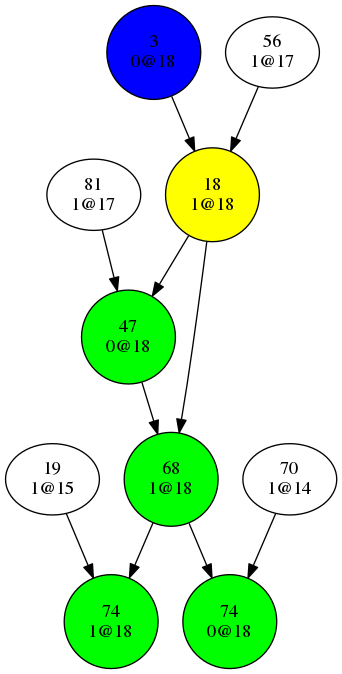
Before: dev/bin/conflictGraph2.png, a diagram exported from Graphviz (Oxmose/SATSolver). Its source is kept beside it as dev/bin/conflictGraph2.dot. The source it was exported from:
```dot
digraph {
"3
0@18"->"18
1@18";
"18
1@18"->"47
0@18";
"18
1@18"->"68
1@18";
"19
1@15"->"74
1@18";
"47
0@18"->"68
1@18";
"56
1@17"->"18
1@18";
"68
1@18"->"74
0@18";
"68
1@18"->"74
1@18";
"70
1@14"->"74
0@18";
"74
0@18";
"74
1@18";
"81
1@17"->"47
0@18";
"3
0@18"[shape=circle, style=filled, fillcolor=blue];
"18
1@18"[shape=circle, style=filled, fillcolor=yellow];
"47
0@18"[shape=circle, style=filled, fillcolor=green];
"68
1@18"[shape=circle, style=filled, fillcolor=green];
"74
0@18"[shape=circle, style=filled, fillcolor=green];
"74
1@18"[shape=circle, style=filled, fillcolor=green];
}
```
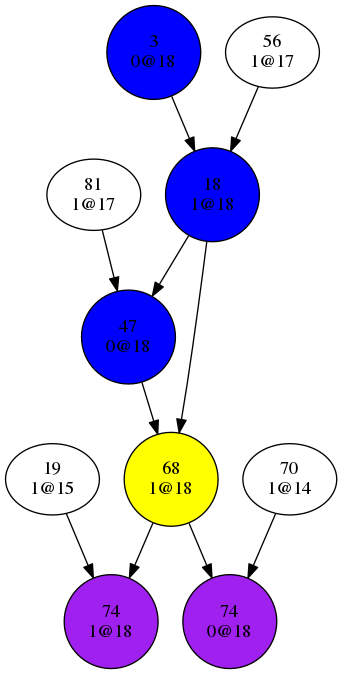
The same diagram one commit later.

The edit, as a diff of the source:
```diff
@@ -36,13 +36,13 @@
 "3
 0@18"[shape=circle, style=filled, fillcolor=blue];
 "18
+1@18"[shape=circle, style=filled, fillcolor=blue];
+"47
+0@18"[shape=circle, style=filled, fillcolor=blue];
+"68
 1@18"[shape=circle, style=filled, fillcolor=yellow];
-"47
-0@18"[shape=circle, style=filled, fillcolor=green];
-"68
-1@18"[shape=circle, style=filled, fillcolor=green];
 "74
-0@18"[shape=circle, style=filled, fillcolor=green];
+0@18"[shape=circle, style=filled, fillcolor=purple];
 "74
-1@18"[shape=circle, style=filled, fillcolor=green];
+1@18"[shape=circle, style=filled, fillcolor=purple];
 }
```
